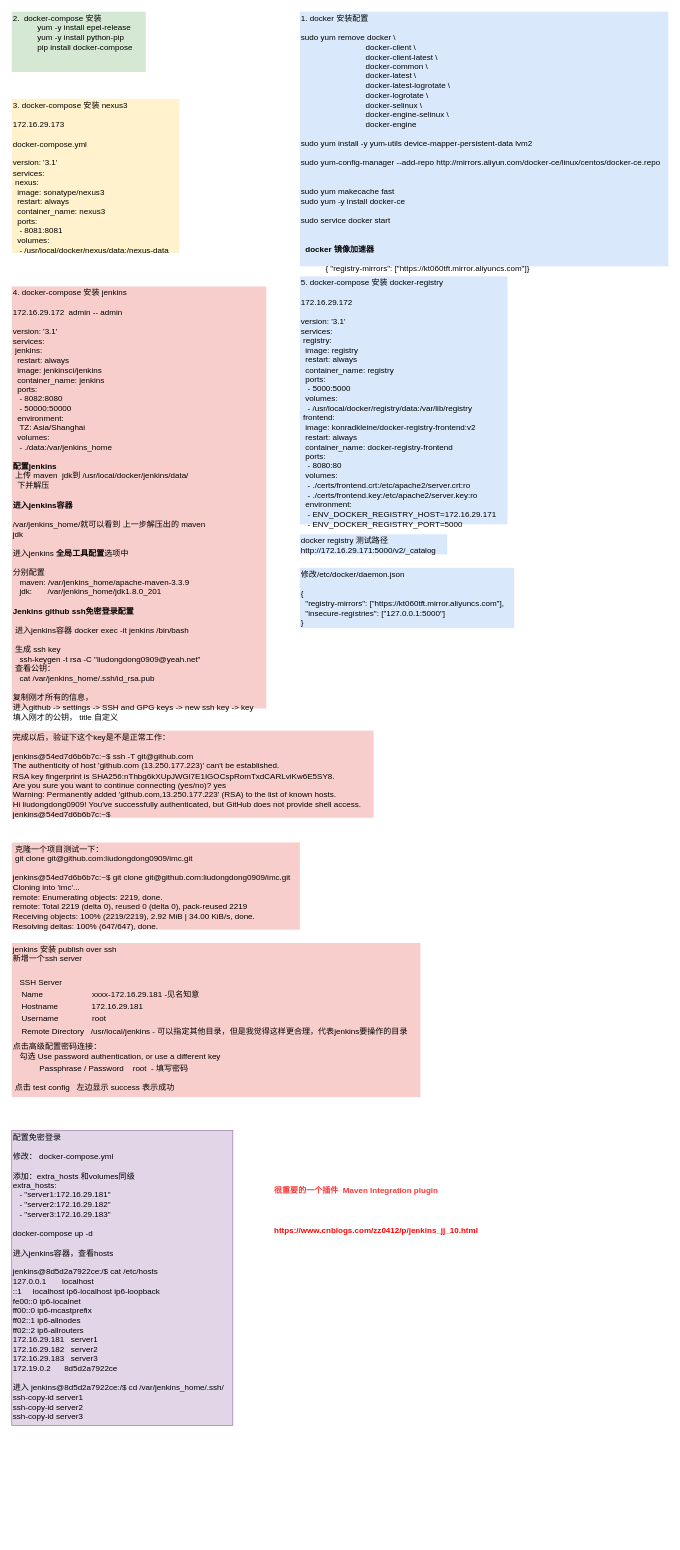
Earlier version of the draw.io diagram page "2" (2 of 3) of CI/CI/CDdrawio.drawio (liudongdong0909/draw). Source tidied: cells renumbered, new cells numbered last; positions are measured from the earlier drawing's top-left corner, leaving out a move shared by most shapes. Both pictures are drawn from the tidied source at 67%, with x=0, y=0 at pixel (11, 11).
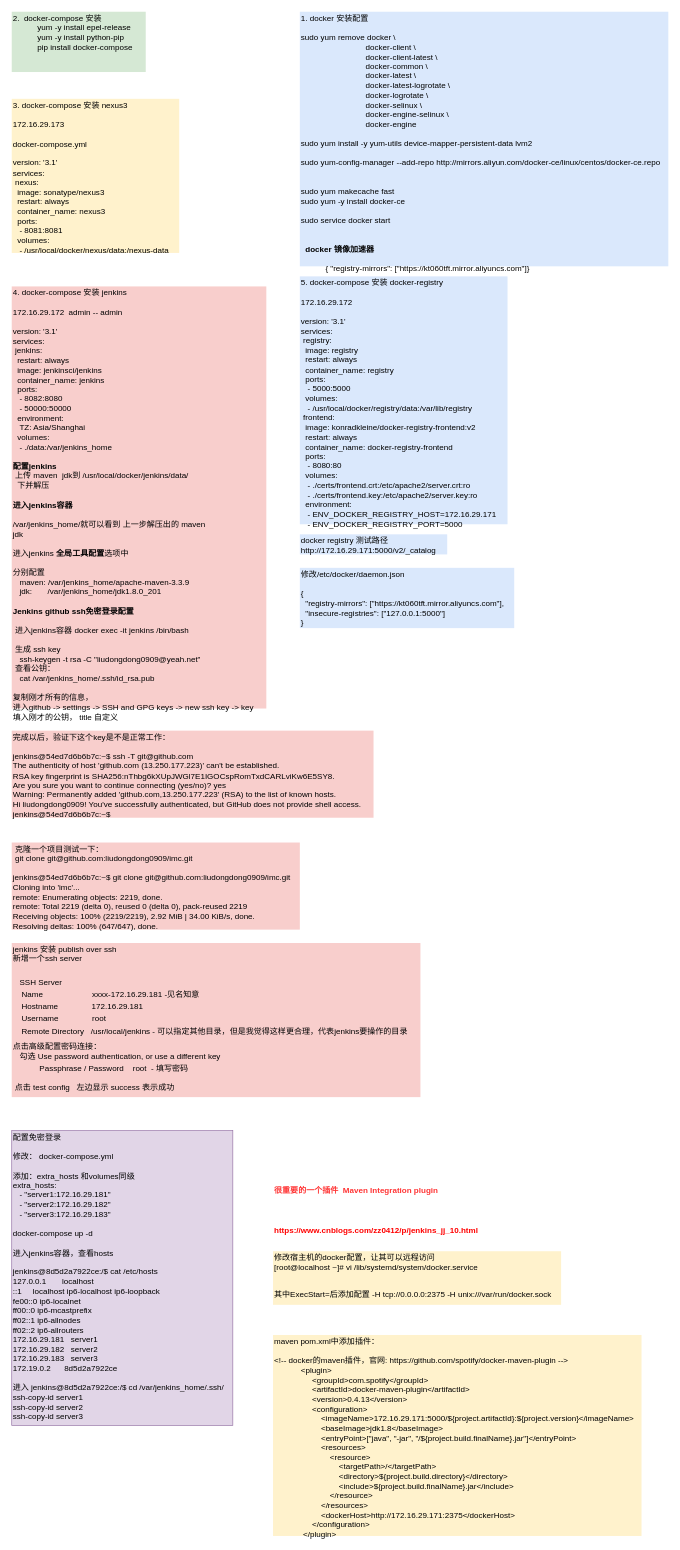
After the change.

What changed in the source:
```diff
@@
 <mxGraphModel>
   <root>
     <mxCell id="0" />
     <mxCell id="1" parent="0" />
     <mxCell id="2" value="1. docker 安装配置&lt;br&gt;&lt;br&gt;&lt;span&gt;sudo yum remove docker \ &lt;br&gt;&amp;nbsp; &amp;nbsp; &amp;nbsp; &amp;nbsp; &amp;nbsp; &amp;nbsp; &amp;nbsp; &amp;nbsp; &amp;nbsp; &amp;nbsp; &amp;nbsp; &amp;nbsp; &amp;nbsp; &amp;nbsp; &amp;nbsp;docker-client \ &lt;br&gt;&amp;nbsp; &amp;nbsp; &amp;nbsp; &amp;nbsp; &amp;nbsp; &amp;nbsp; &amp;nbsp; &amp;nbsp; &amp;nbsp; &amp;nbsp; &amp;nbsp; &amp;nbsp; &amp;nbsp; &amp;nbsp; &amp;nbsp;docker-client-latest \ &lt;br&gt;&amp;nbsp; &amp;nbsp; &amp;nbsp; &amp;nbsp; &amp;nbsp; &amp;nbsp; &amp;nbsp; &amp;nbsp; &amp;nbsp; &amp;nbsp; &amp;nbsp; &amp;nbsp; &amp;nbsp; &amp;nbsp; &amp;nbsp;docker-common \ &lt;br&gt;&amp;nbsp; &amp;nbsp; &amp;nbsp; &amp;nbsp; &amp;nbsp; &amp;nbsp; &amp;nbsp; &amp;nbsp; &amp;nbsp; &amp;nbsp; &amp;nbsp; &amp;nbsp; &amp;nbsp; &amp;nbsp; &amp;nbsp;docker-latest \ &lt;br&gt;&amp;nbsp; &amp;nbsp; &amp;nbsp; &amp;nbsp; &amp;nbsp; &amp;nbsp; &amp;nbsp; &amp;nbsp; &amp;nbsp; &amp;nbsp; &amp;nbsp; &amp;nbsp; &amp;nbsp; &amp;nbsp; &amp;nbsp;docker-latest-logrotate \ &lt;br&gt;&amp;nbsp; &amp;nbsp; &amp;nbsp; &amp;nbsp; &amp;nbsp; &amp;nbsp; &amp;nbsp; &amp;nbsp; &amp;nbsp; &amp;nbsp; &amp;nbsp; &amp;nbsp; &amp;nbsp; &amp;nbsp; &amp;nbsp;docker-logrotate \ &lt;br&gt;&amp;nbsp; &amp;nbsp; &amp;nbsp; &amp;nbsp; &amp;nbsp; &amp;nbsp; &amp;nbsp; &amp;nbsp; &amp;nbsp; &amp;nbsp; &amp;nbsp; &amp;nbsp; &amp;nbsp; &amp;nbsp; &amp;nbsp;docker-selinux \ &lt;br&gt;&amp;nbsp; &amp;nbsp; &amp;nbsp; &amp;nbsp; &amp;nbsp; &amp;nbsp; &amp;nbsp; &amp;nbsp; &amp;nbsp; &amp;nbsp; &amp;nbsp; &amp;nbsp; &amp;nbsp; &amp;nbsp; &amp;nbsp;docker-engine-selinux \ &lt;br&gt;&amp;nbsp; &amp;nbsp; &amp;nbsp; &amp;nbsp; &amp;nbsp; &amp;nbsp; &amp;nbsp; &amp;nbsp; &amp;nbsp; &amp;nbsp; &amp;nbsp; &amp;nbsp; &amp;nbsp; &amp;nbsp; &amp;nbsp;docker-engine&lt;br&gt;&lt;br&gt;&lt;/span&gt;&lt;span&gt;sudo yum install -y yum-utils device-mapper-persistent-data lvm2&lt;br&gt;&lt;/span&gt;&lt;br&gt;&lt;div&gt;sudo yum-config-manager --add-repo http://mirrors.aliyun.com/docker-ce/linux/centos/docker-ce.repo&lt;/div&gt;&lt;div&gt;&lt;br&gt;&lt;/div&gt;&lt;div&gt;&lt;br&gt;&lt;/div&gt;&lt;div&gt;&lt;span&gt;sudo yum makecache fast&amp;nbsp;&lt;/span&gt;&lt;/div&gt;&lt;div&gt;&lt;span&gt;sudo yum -y install docker-ce&lt;/span&gt;&lt;br&gt;&lt;/div&gt;&lt;br&gt;&lt;span&gt;sudo service docker start&lt;/span&gt;&lt;br&gt;&lt;br&gt;&amp;nbsp; &amp;nbsp; &amp;nbsp; &amp;nbsp; &amp;nbsp; &lt;br&gt;&amp;nbsp; &lt;b&gt;docker 镜像加速器&lt;/b&gt;&lt;br&gt;&lt;br&gt;&amp;nbsp; &amp;nbsp; &amp;nbsp; &amp;nbsp; &amp;nbsp; &amp;nbsp;{ &quot;registry-mirrors&quot;: [&quot;https://kt060tft.mirror.aliyuncs.com&quot;]}&lt;br&gt;" style="text;html=1;align=left;verticalAlign=top;spacingTop=-4;fillColor=#dae8fc;strokeColor=none;" parent="1" vertex="1">
       <mxGeometry x="430" width="550" height="380" as="geometry" />
     </mxCell>
     <mxCell id="3" value="2.&amp;nbsp; docker-compose 安装&lt;br&gt;&amp;nbsp; &amp;nbsp; &amp;nbsp; &amp;nbsp; &amp;nbsp; &amp;nbsp;&lt;span&gt;yum -y install epel-release&lt;br&gt;&lt;/span&gt;&amp;nbsp; &amp;nbsp; &amp;nbsp; &amp;nbsp; &amp;nbsp; &amp;nbsp;&lt;span&gt;yum -y install python-pip&lt;br&gt;&lt;/span&gt;&amp;nbsp; &amp;nbsp; &amp;nbsp; &amp;nbsp; &amp;nbsp; &amp;nbsp;&lt;span&gt;pip install docker-compose&amp;nbsp;&lt;/span&gt;&lt;br&gt;&lt;br&gt;&lt;br&gt;" style="text;html=1;align=left;verticalAlign=top;spacingTop=-4;fillColor=#d5e8d4;strokeColor=none;" parent="1" vertex="1">
       <mxGeometry width="200" height="90" as="geometry" />
     </mxCell>
     <mxCell id="4" value="3. docker-compose 安装 nexus3&lt;br&gt;&lt;br&gt;172.16.29.173&lt;br&gt;&lt;br&gt;docker-compose.yml&lt;br&gt;&lt;br&gt;&lt;div&gt;version: '3.1'&lt;/div&gt;&lt;div&gt;services:&lt;/div&gt;&lt;div&gt;&amp;nbsp;nexus:&lt;/div&gt;&lt;div&gt;&amp;nbsp; image: sonatype/nexus3&lt;/div&gt;&lt;div&gt;&amp;nbsp; restart: always&lt;/div&gt;&lt;div&gt;&amp;nbsp; container_name: nexus3&lt;/div&gt;&lt;div&gt;&amp;nbsp; ports:&lt;/div&gt;&lt;div&gt;&amp;nbsp; &amp;nbsp;- 8081:8081&lt;/div&gt;&lt;div&gt;&amp;nbsp; volumes:&lt;/div&gt;&lt;div&gt;&amp;nbsp; &amp;nbsp;- /usr/local/docker/nexus/data:/nexus-data&lt;/div&gt;" style="text;html=1;align=left;verticalAlign=top;spacingTop=-4;fillColor=#fff2cc;strokeColor=none;" parent="1" vertex="1">
       <mxGeometry y="130" width="250" height="230" as="geometry" />
     </mxCell>
     <mxCell id="5" value="4. docker-compose 安装 jenkins&lt;br&gt;&lt;br&gt;172.16.29.172&amp;nbsp; admin -- admin&lt;br&gt;&lt;br&gt;&lt;div&gt;version: '3.1'&lt;/div&gt;&lt;div&gt;services:&lt;/div&gt;&lt;div&gt;&amp;nbsp;jenkins:&lt;/div&gt;&lt;div&gt;&amp;nbsp; restart: always&lt;/div&gt;&lt;div&gt;&amp;nbsp; image: jenkinsci/jenkins&lt;/div&gt;&lt;div&gt;&amp;nbsp; container_name: jenkins&lt;/div&gt;&lt;div&gt;&amp;nbsp; ports:&lt;/div&gt;&lt;div&gt;&amp;nbsp; &amp;nbsp;- 8082:8080&lt;/div&gt;&lt;div&gt;&amp;nbsp; &amp;nbsp;- 50000:50000&lt;/div&gt;&lt;div&gt;&amp;nbsp; environment:&lt;/div&gt;&lt;div&gt;&amp;nbsp; &amp;nbsp;TZ: Asia/Shanghai&lt;/div&gt;&lt;div&gt;&amp;nbsp; volumes:&lt;/div&gt;&lt;div&gt;&amp;nbsp; &amp;nbsp;- ./data:/var/jenkins_home&lt;/div&gt;&lt;div&gt;&lt;br&gt;&lt;/div&gt;&lt;div&gt;&lt;b&gt;配置jenkins&lt;/b&gt;&lt;/div&gt;&lt;div&gt;&amp;nbsp;上传 maven&amp;nbsp; jdk到 /usr/local/docker/jenkins/data/&lt;/div&gt;&lt;div&gt;&amp;nbsp; 下并解压&lt;/div&gt;&lt;div&gt;&lt;br&gt;&lt;/div&gt;&lt;div&gt;&lt;b&gt;进入jenkins容器&lt;/b&gt;&lt;/div&gt;&lt;div&gt;&lt;br&gt;&lt;/div&gt;&lt;div&gt;/var/jenkins_home/就可以看到 上一步解压出的 maven&lt;/div&gt;&lt;div&gt;jdk&amp;nbsp;&lt;/div&gt;&lt;div&gt;&lt;br&gt;&lt;/div&gt;&lt;div&gt;进入jenkins &lt;b&gt;全局工具配置&lt;/b&gt;选项中&lt;/div&gt;&lt;div&gt;&lt;br&gt;&lt;/div&gt;&lt;div&gt;分别配置&amp;nbsp;&lt;/div&gt;&lt;div&gt;&amp;nbsp; &amp;nbsp;maven:&amp;nbsp;/var/jenkins_home/apache-maven-3.3.9&lt;/div&gt;&lt;div&gt;&amp;nbsp; &amp;nbsp;jdk:&amp;nbsp; &amp;nbsp; &amp;nbsp; &amp;nbsp;/var/jenkins_home/jdk1.8.0_201&lt;/div&gt;&lt;div&gt;&lt;br&gt;&lt;/div&gt;&lt;div&gt;&lt;b&gt;Jenkins github ssh免密登录配置&lt;/b&gt;&lt;/div&gt;&lt;div&gt;&lt;b&gt;&lt;br&gt;&lt;/b&gt;&lt;/div&gt;&lt;div&gt;&lt;b&gt;&amp;nbsp;&lt;/b&gt;进入jenkins容器&lt;b&gt;&amp;nbsp;&lt;/b&gt;&lt;span&gt;docker exec -it jenkins /bin/bash&lt;/span&gt;&lt;/div&gt;&lt;div&gt;&lt;span&gt;&lt;br&gt;&lt;/span&gt;&lt;/div&gt;&lt;div&gt;&amp;nbsp;生成 ssh key&lt;/div&gt;&lt;div&gt;&amp;nbsp; &amp;nbsp;&lt;span&gt;ssh-keygen -t rsa -C &quot;liudongdong0909@yeah.net&quot;&lt;/span&gt;&lt;/div&gt;&lt;div&gt;&lt;span&gt;&amp;nbsp;查看公钥：&lt;/span&gt;&lt;/div&gt;&lt;div&gt;&lt;span&gt;&amp;nbsp; &amp;nbsp;&lt;/span&gt;&lt;span&gt;cat /var/jenkins_home/.ssh/id_rsa.pub&lt;/span&gt;&lt;/div&gt;&lt;div&gt;&lt;span&gt;&lt;br&gt;&lt;/span&gt;&lt;/div&gt;&lt;div&gt;复制刚才所有的信息，&amp;nbsp;&lt;/div&gt;&lt;div&gt;进入github -&amp;gt; settings -&amp;gt; SSH and GPG keys -&amp;gt; new ssh key -&amp;gt; key&amp;nbsp;&lt;/div&gt;&lt;div&gt;填入刚才的公钥， title 自定义&lt;span&gt;&amp;nbsp;&lt;/span&gt;&lt;/div&gt;" style="text;html=1;align=left;verticalAlign=top;spacingTop=-4;fillColor=#f8cecc;strokeColor=none;" parent="1" vertex="1">
       <mxGeometry y="410" width="380" height="630" as="geometry" />
     </mxCell>
     <mxCell id="6" value="5. docker-compose 安装 docker-registry&lt;br&gt;&lt;br&gt;172.16.29.172&lt;br&gt;&lt;br&gt;&lt;div&gt;version: '3.1'&lt;/div&gt;&lt;div&gt;services:&lt;/div&gt;&lt;div&gt;&amp;nbsp;registry:&lt;/div&gt;&lt;div&gt;&amp;nbsp; image: registry&lt;/div&gt;&lt;div&gt;&amp;nbsp; restart: always&lt;/div&gt;&lt;div&gt;&amp;nbsp; container_name: registry&lt;/div&gt;&lt;div&gt;&amp;nbsp; ports:&lt;/div&gt;&lt;div&gt;&amp;nbsp; &amp;nbsp;- 5000:5000&lt;/div&gt;&lt;div&gt;&amp;nbsp; volumes:&lt;/div&gt;&lt;div&gt;&amp;nbsp; &amp;nbsp;- /usr/local/docker/registry/data:/var/lib/registry&lt;/div&gt;&lt;div&gt;&amp;nbsp;frontend:&lt;/div&gt;&lt;div&gt;&amp;nbsp; image: konradkleine/docker-registry-frontend:v2&lt;/div&gt;&lt;div&gt;&amp;nbsp; restart: always&lt;/div&gt;&lt;div&gt;&amp;nbsp; container_name: docker-registry-frontend&lt;/div&gt;&lt;div&gt;&amp;nbsp; ports:&lt;/div&gt;&lt;div&gt;&amp;nbsp; &amp;nbsp;- 8080:80&lt;/div&gt;&lt;div&gt;&amp;nbsp; volumes:&lt;/div&gt;&lt;div&gt;&amp;nbsp; &amp;nbsp;- ./certs/frontend.crt:/etc/apache2/server.crt:ro&lt;/div&gt;&lt;div&gt;&amp;nbsp; &amp;nbsp;- ./certs/frontend.key:/etc/apache2/server.key:ro&lt;/div&gt;&lt;div&gt;&amp;nbsp; environment:&lt;/div&gt;&lt;div&gt;&amp;nbsp; &amp;nbsp;- ENV_DOCKER_REGISTRY_HOST=172.16.29.171&lt;/div&gt;&lt;div&gt;&amp;nbsp; &amp;nbsp;- ENV_DOCKER_REGISTRY_PORT=5000&lt;/div&gt;" style="text;html=1;align=left;verticalAlign=top;spacingTop=-4;fillColor=#dae8fc;strokeColor=none;" parent="1" vertex="1">
       <mxGeometry x="430" y="395" width="310" height="370" as="geometry" />
     </mxCell>
     <mxCell id="7" value="docker registry 测试路径&lt;br&gt;http://172.16.29.171:5000/v2/_catalog&lt;br&gt;" style="text;html=1;align=left;verticalAlign=top;spacingTop=-4;fillColor=#dae8fc;strokeColor=none;" parent="1" vertex="1">
       <mxGeometry x="430" y="780" width="220" height="30" as="geometry" />
     </mxCell>
     <mxCell id="8" value="修改/etc/docker/daemon.json&lt;br&gt;&lt;br&gt;&lt;div&gt;{&lt;/div&gt;&lt;div&gt;&amp;nbsp; &quot;registry-mirrors&quot;: [&quot;https://kt060tft.mirror.aliyuncs.com&quot;],&lt;/div&gt;&lt;div&gt;&amp;nbsp; &quot;insecure-registries&quot;: [&quot;127.0.0.1:5000&quot;]&lt;/div&gt;&lt;div&gt;}&lt;/div&gt;" style="text;html=1;align=left;verticalAlign=top;spacingTop=-4;fillColor=#dae8fc;strokeColor=none;" parent="1" vertex="1">
       <mxGeometry x="430" y="830" width="320" height="90" as="geometry" />
     </mxCell>
     <mxCell id="9" value="&lt;div&gt;&amp;nbsp;克隆一个项目测试一下：&lt;/div&gt;&amp;nbsp;git clone git@github.com:liudongdong0909/imc.git&lt;br&gt;&lt;br&gt;&lt;div&gt;&lt;div&gt;jenkins@54ed7d6b6b7c:~$ git clone git@github.com:liudongdong0909/imc.git&lt;/div&gt;&lt;div&gt;Cloning into 'imc'...&lt;/div&gt;&lt;div&gt;remote: Enumerating objects: 2219, done.&lt;/div&gt;&lt;div&gt;remote: Total 2219 (delta 0), reused 0 (delta 0), pack-reused 2219&lt;/div&gt;&lt;div&gt;Receiving objects: 100% (2219/2219), 2.92 MiB | 34.00 KiB/s, done.&lt;/div&gt;&lt;div&gt;Resolving deltas: 100% (647/647), done.&lt;/div&gt;&lt;/div&gt;" style="text;html=1;align=left;verticalAlign=top;spacingTop=-4;fillColor=#f8cecc;strokeColor=none;" parent="1" vertex="1">
       <mxGeometry y="1240" width="430" height="130" as="geometry" />
     </mxCell>
     <mxCell id="10" value="&lt;div&gt;完成以后，验证下这个key是不是正常工作：&lt;br&gt;&lt;/div&gt;&lt;div&gt;&lt;br&gt;&lt;/div&gt;&lt;div&gt;&lt;div&gt;jenkins@54ed7d6b6b7c:~$ ssh -T git@github.com&lt;/div&gt;&lt;div&gt;The authenticity of host 'github.com (13.250.177.223)' can't be established.&lt;/div&gt;&lt;div&gt;RSA key fingerprint is SHA256:nThbg6kXUpJWGl7E1IGOCspRomTxdCARLviKw6E5SY8.&lt;/div&gt;&lt;div&gt;Are you sure you want to continue connecting (yes/no)? yes&lt;/div&gt;&lt;div&gt;Warning: Permanently added 'github.com,13.250.177.223' (RSA) to the list of known hosts.&lt;/div&gt;&lt;div&gt;Hi liudongdong0909! You've successfully authenticated, but GitHub does not provide shell access.&lt;/div&gt;&lt;div&gt;jenkins@54ed7d6b6b7c:~$&amp;nbsp;&lt;/div&gt;&lt;/div&gt;" style="text;html=1;align=left;verticalAlign=top;spacingTop=-4;fillColor=#f8cecc;strokeColor=none;" parent="1" vertex="1">
       <mxGeometry y="1073" width="540" height="130" as="geometry" />
     </mxCell>
     <mxCell id="11" value="jenkins 安装 publish over ssh&lt;br&gt;新增一个ssh server&lt;br&gt;&lt;br&gt;&lt;table&gt;&lt;tbody&gt;&lt;tr&gt;&lt;td&gt;&lt;div id=&quot;yui-gen31&quot;&gt;&lt;table&gt;&lt;tbody&gt;&lt;tr&gt;&lt;td&gt;&lt;br&gt;&lt;/td&gt;&lt;td&gt;&lt;div&gt;&lt;div id=&quot;yui-gen31&quot;&gt;&lt;div id=&quot;yui-gen32&quot;&gt;SSH Server&lt;/div&gt;&lt;table&gt;&lt;tbody&gt;&lt;tr&gt;&lt;td&gt;Name&amp;nbsp; &amp;nbsp; &amp;nbsp; &amp;nbsp; &amp;nbsp; &amp;nbsp; &amp;nbsp; &amp;nbsp; &amp;nbsp; &amp;nbsp; &amp;nbsp; xxxx-172.16.29.181 -见名知意&lt;/td&gt;&lt;/tr&gt;&lt;tr&gt;&lt;td&gt;Hostname&amp;nbsp; &amp;nbsp; &amp;nbsp; &amp;nbsp; &amp;nbsp; &amp;nbsp; &amp;nbsp; &amp;nbsp;172.16.29.181&lt;/td&gt;&lt;/tr&gt;&lt;tr&gt;&lt;td&gt;Username&amp;nbsp; &amp;nbsp; &amp;nbsp; &amp;nbsp; &amp;nbsp; &amp;nbsp; &amp;nbsp; &amp;nbsp;root&lt;/td&gt;&lt;/tr&gt;&lt;tr&gt;&lt;td&gt;Remote Directory&amp;nbsp; &amp;nbsp;/usr/local/jenkins - 可以指定其他目录，但是我觉得这样更合理，代表jenkins要操作的目录&lt;/td&gt;&lt;/tr&gt;&lt;/tbody&gt;&lt;/table&gt;&lt;/div&gt;&lt;/div&gt;&lt;/td&gt;&lt;/tr&gt;&lt;/tbody&gt;&lt;/table&gt;&lt;/div&gt;&lt;/td&gt;&lt;/tr&gt;&lt;/tbody&gt;&lt;/table&gt;点击高级配置密码连接：&lt;br&gt;&amp;nbsp; &amp;nbsp;勾选&amp;nbsp;&lt;span&gt;Use password authentication, or use a different key&lt;/span&gt;&lt;br&gt;&lt;table&gt;&lt;tbody&gt;&lt;tr&gt;&lt;td&gt;&amp;nbsp; &amp;nbsp; &amp;nbsp; &amp;nbsp; &amp;nbsp; &amp;nbsp;Passphrase / Password&amp;nbsp; &amp;nbsp; root&amp;nbsp; - 填写密码&lt;br&gt;&lt;br&gt;点击 test config&amp;nbsp; &amp;nbsp;左边显示 success 表示成功&lt;/td&gt;&lt;/tr&gt;&lt;/tbody&gt;&lt;/table&gt;&lt;br&gt;" style="text;html=1;align=left;verticalAlign=top;spacingTop=-4;fillColor=#f8cecc;strokeColor=none;" parent="1" vertex="1">
       <mxGeometry y="1390" width="610" height="230" as="geometry" />
     </mxCell>
     <mxCell id="12" value="配置免密登录&lt;br&gt;&lt;br&gt;修改： docker-compose.yml&lt;br&gt;&lt;br&gt;&lt;div&gt;添加：extra_hosts 和volumes同级&lt;/div&gt;&lt;div&gt;extra_hosts:&lt;/div&gt;&lt;div&gt;&amp;nbsp; &amp;nbsp;- &quot;server1:172.16.29.181&quot;&lt;/div&gt;&lt;div&gt;&amp;nbsp; &amp;nbsp;- &quot;server2:172.16.29.182&quot;&lt;/div&gt;&lt;div&gt;&amp;nbsp; &amp;nbsp;- &quot;server3:172.16.29.183&quot;&lt;/div&gt;&lt;br&gt;docker-compose up -d&lt;br&gt;&lt;br&gt;进入jenkins容器，查看hosts&lt;br&gt;&lt;br&gt;&lt;div&gt;jenkins@8d5d2a7922ce:/$ cat /etc/hosts&lt;/div&gt;&lt;div&gt;127.0.0.1&amp;nbsp; &amp;nbsp; &amp;nbsp; &amp;nbsp;localhost&lt;/div&gt;&lt;div&gt;::1&amp;nbsp; &amp;nbsp; &amp;nbsp;localhost ip6-localhost ip6-loopback&lt;/div&gt;&lt;div&gt;fe00::0 ip6-localnet&lt;/div&gt;&lt;div&gt;ff00::0 ip6-mcastprefix&lt;/div&gt;&lt;div&gt;ff02::1 ip6-allnodes&lt;/div&gt;&lt;div&gt;ff02::2 ip6-allrouters&lt;/div&gt;&lt;div&gt;172.16.29.181&amp;nbsp; &amp;nbsp;server1&lt;/div&gt;&lt;div&gt;172.16.29.182&amp;nbsp; &amp;nbsp;server2&lt;/div&gt;&lt;div&gt;172.16.29.183&amp;nbsp; &amp;nbsp;server3&lt;/div&gt;&lt;div&gt;172.19.0.2&amp;nbsp; &amp;nbsp; &amp;nbsp; 8d5d2a7922ce&lt;/div&gt;&lt;br&gt;进入&amp;nbsp;jenkins@8d5d2a7922ce:/$ cd /var/jenkins_home/.ssh/&lt;br&gt;&lt;span&gt;ssh-copy-id server1&lt;br&gt;&lt;/span&gt;&lt;span&gt;ssh-copy-id server2&lt;br&gt;&lt;/span&gt;&lt;span&gt;ssh-copy-id server3&lt;/span&gt;&lt;br&gt;&lt;br&gt;" style="text;html=1;align=left;verticalAlign=top;spacingTop=-4;fillColor=#e1d5e7;strokeColor=#9673a6;" parent="1" vertex="1">
       <mxGeometry y="1670" width="330" height="440" as="geometry" />
     </mxCell>
     <mxCell id="13" value="&lt;b&gt;&lt;font color=&quot;#ff0000&quot;&gt;https://www.cnblogs.com/zz0412/p/jenkins_jj_10.html&lt;/font&gt;&lt;/b&gt;" style="text;html=1;align=left;verticalAlign=top;spacingTop=-4;" parent="1" vertex="1">
       <mxGeometry x="390" y="1810" width="320" height="20" as="geometry" />
     </mxCell>
     <mxCell id="14" value="&lt;b&gt;&lt;font color=&quot;#ff3333&quot;&gt;很重要的一个插件&amp;nbsp;&amp;nbsp;&lt;span&gt;Maven Integration plugin&lt;/span&gt;&lt;/font&gt;&lt;/b&gt;&lt;br&gt;" style="text;html=1;align=left;verticalAlign=top;spacingTop=-4;" parent="1" vertex="1">
       <mxGeometry x="390" y="1750" width="260" height="20" as="geometry" />
     </mxCell>
+    <mxCell id="15" value="&lt;span&gt;修改宿主机的&lt;/span&gt;&lt;span&gt;docker&lt;/span&gt;&lt;span&gt;配置，让其可以远程访问&lt;br&gt;&lt;/span&gt;[root@localhost ~]# vi /lib/systemd/system/docker.service&amp;nbsp;&lt;br&gt;&lt;br&gt;&lt;div title=&quot;Page 6&quot;&gt;&lt;div&gt;&lt;div&gt;&lt;div&gt;&lt;p&gt;&lt;span&gt;其中&lt;/span&gt;&lt;span&gt;ExecStart=&lt;/span&gt;&lt;span&gt;后添加配置 &lt;/span&gt;&lt;span&gt;‐H tcp://0.0.0.0:2375 ‐H unix:///var/run/docker.sock&amp;nbsp;&lt;/span&gt;&lt;/p&gt;&lt;/div&gt;&lt;/div&gt;&lt;/div&gt;&lt;/div&gt;" style="text;html=1;align=left;verticalAlign=top;spacingTop=-4;fillColor=#fff2cc;strokeColor=none;" parent="1" vertex="1">
+      <mxGeometry x="390" y="1850" width="430" height="80" as="geometry" />
+    </mxCell>
+    <mxCell id="16" value="maven pom.xml中添加插件：&lt;br&gt;&lt;br&gt;&lt;div&gt;&amp;lt;!-- docker的maven插件，官网: https://github.com/spotify/docker-maven-plugin --&amp;gt;&lt;/div&gt;&lt;div&gt;&amp;nbsp; &amp;nbsp; &amp;nbsp; &amp;nbsp; &amp;nbsp; &amp;nbsp; &amp;lt;plugin&amp;gt;&lt;/div&gt;&lt;div&gt;&amp;nbsp; &amp;nbsp; &amp;nbsp; &amp;nbsp; &amp;nbsp; &amp;nbsp; &amp;nbsp; &amp;nbsp; &amp;nbsp;&amp;lt;groupId&amp;gt;com.spotify&amp;lt;/groupId&amp;gt;&lt;/div&gt;&lt;div&gt;&amp;nbsp; &amp;nbsp; &amp;nbsp; &amp;nbsp; &amp;nbsp; &amp;nbsp; &amp;nbsp; &amp;nbsp; &amp;nbsp;&amp;lt;artifactId&amp;gt;docker-maven-plugin&amp;lt;/artifactId&amp;gt;&lt;/div&gt;&lt;div&gt;&amp;nbsp; &amp;nbsp; &amp;nbsp; &amp;nbsp; &amp;nbsp; &amp;nbsp; &amp;nbsp; &amp;nbsp; &amp;nbsp;&amp;lt;version&amp;gt;0.4.13&amp;lt;/version&amp;gt;&lt;/div&gt;&lt;div&gt;&amp;nbsp; &amp;nbsp; &amp;nbsp; &amp;nbsp; &amp;nbsp; &amp;nbsp; &amp;nbsp; &amp;nbsp; &amp;nbsp;&amp;lt;configuration&amp;gt;&lt;/div&gt;&lt;div&gt;&amp;nbsp; &amp;nbsp; &amp;nbsp; &amp;nbsp; &amp;nbsp; &amp;nbsp; &amp;nbsp; &amp;nbsp; &amp;nbsp; &amp;nbsp; &amp;nbsp;&amp;lt;imageName&amp;gt;172.16.29.171:5000/${project.artifactId}:${project.version}&amp;lt;/imageName&amp;gt;&lt;/div&gt;&lt;div&gt;&amp;nbsp; &amp;nbsp; &amp;nbsp; &amp;nbsp; &amp;nbsp; &amp;nbsp; &amp;nbsp; &amp;nbsp; &amp;nbsp; &amp;nbsp; &amp;nbsp;&amp;lt;baseImage&amp;gt;jdk1.8&amp;lt;/baseImage&amp;gt;&lt;/div&gt;&lt;div&gt;&amp;nbsp; &amp;nbsp; &amp;nbsp; &amp;nbsp; &amp;nbsp; &amp;nbsp; &amp;nbsp; &amp;nbsp; &amp;nbsp; &amp;nbsp; &amp;nbsp;&amp;lt;entryPoint&amp;gt;[&quot;java&quot;, &quot;-jar&quot;, &quot;/${project.build.finalName}.jar&quot;]&amp;lt;/entryPoint&amp;gt;&lt;/div&gt;&lt;div&gt;&amp;nbsp; &amp;nbsp; &amp;nbsp; &amp;nbsp; &amp;nbsp; &amp;nbsp; &amp;nbsp; &amp;nbsp; &amp;nbsp; &amp;nbsp; &amp;nbsp;&amp;lt;resources&amp;gt;&lt;/div&gt;&lt;div&gt;&amp;nbsp; &amp;nbsp; &amp;nbsp; &amp;nbsp; &amp;nbsp; &amp;nbsp; &amp;nbsp; &amp;nbsp; &amp;nbsp; &amp;nbsp; &amp;nbsp; &amp;nbsp; &amp;nbsp;&amp;lt;resource&amp;gt;&lt;/div&gt;&lt;div&gt;&amp;nbsp; &amp;nbsp; &amp;nbsp; &amp;nbsp; &amp;nbsp; &amp;nbsp; &amp;nbsp; &amp;nbsp; &amp;nbsp; &amp;nbsp; &amp;nbsp; &amp;nbsp; &amp;nbsp; &amp;nbsp; &amp;nbsp;&amp;lt;targetPath&amp;gt;/&amp;lt;/targetPath&amp;gt;&lt;/div&gt;&lt;div&gt;&amp;nbsp; &amp;nbsp; &amp;nbsp; &amp;nbsp; &amp;nbsp; &amp;nbsp; &amp;nbsp; &amp;nbsp; &amp;nbsp; &amp;nbsp; &amp;nbsp; &amp;nbsp; &amp;nbsp; &amp;nbsp; &amp;nbsp;&amp;lt;directory&amp;gt;${project.build.directory}&amp;lt;/directory&amp;gt;&lt;/div&gt;&lt;div&gt;&amp;nbsp; &amp;nbsp; &amp;nbsp; &amp;nbsp; &amp;nbsp; &amp;nbsp; &amp;nbsp; &amp;nbsp; &amp;nbsp; &amp;nbsp; &amp;nbsp; &amp;nbsp; &amp;nbsp; &amp;nbsp; &amp;nbsp;&amp;lt;include&amp;gt;${project.build.finalName}.jar&amp;lt;/include&amp;gt;&lt;/div&gt;&lt;div&gt;&amp;nbsp; &amp;nbsp; &amp;nbsp; &amp;nbsp; &amp;nbsp; &amp;nbsp; &amp;nbsp; &amp;nbsp; &amp;nbsp; &amp;nbsp; &amp;nbsp; &amp;nbsp; &amp;nbsp;&amp;lt;/resource&amp;gt;&lt;/div&gt;&lt;div&gt;&amp;nbsp; &amp;nbsp; &amp;nbsp; &amp;nbsp; &amp;nbsp; &amp;nbsp; &amp;nbsp; &amp;nbsp; &amp;nbsp; &amp;nbsp; &amp;nbsp;&amp;lt;/resources&amp;gt;&lt;/div&gt;&lt;div&gt;&amp;nbsp; &amp;nbsp; &amp;nbsp; &amp;nbsp; &amp;nbsp; &amp;nbsp; &amp;nbsp; &amp;nbsp; &amp;nbsp; &amp;nbsp; &amp;nbsp;&amp;lt;dockerHost&amp;gt;http://172.16.29.171:2375&amp;lt;/dockerHost&amp;gt;&lt;/div&gt;&lt;div&gt;&amp;nbsp; &amp;nbsp; &amp;nbsp; &amp;nbsp; &amp;nbsp; &amp;nbsp; &amp;nbsp; &amp;nbsp; &amp;nbsp;&amp;lt;/configuration&amp;gt;&lt;/div&gt;&lt;div&gt;&amp;nbsp; &amp;nbsp; &amp;nbsp; &amp;nbsp; &amp;nbsp; &amp;nbsp; &amp;nbsp;&amp;lt;/plugin&amp;gt;&lt;/div&gt;" style="text;html=1;align=left;verticalAlign=top;spacingTop=-4;fillColor=#fff2cc;strokeColor=none;" parent="1" vertex="1">
+      <mxGeometry x="390" y="1975" width="550" height="300" as="geometry" />
+    </mxCell>
   </root>
 </mxGraphModel>
```
